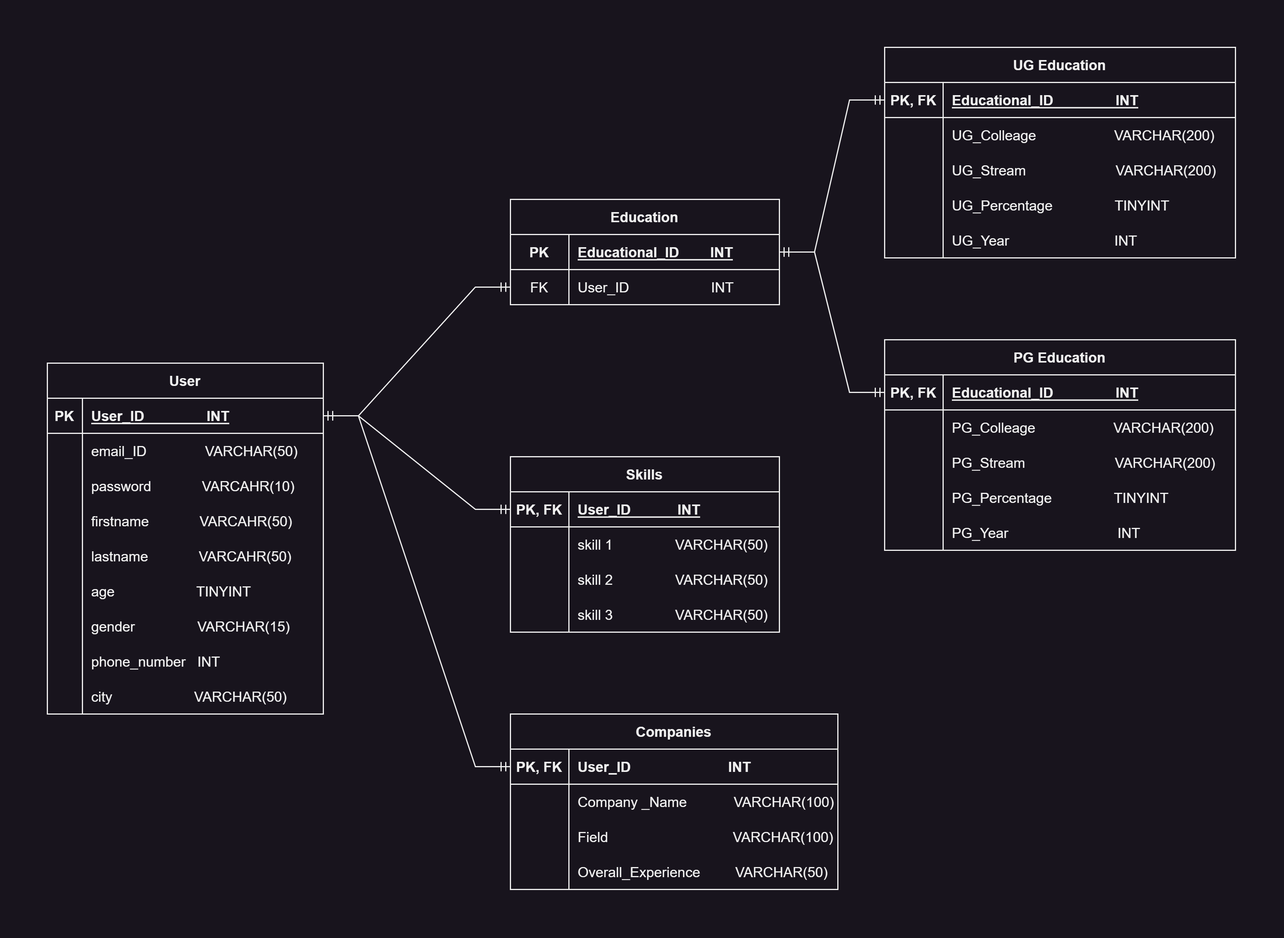
Above: Project_1/Project_ER_diagram.png in 221219-dotnet-fs-chennai/p1-manikandan-r (draw.io), before the change. Source tidied: cells renumbered, new cells last; positions are measured from the earlier drawing's top-left corner, leaving out a move shared by most shapes.
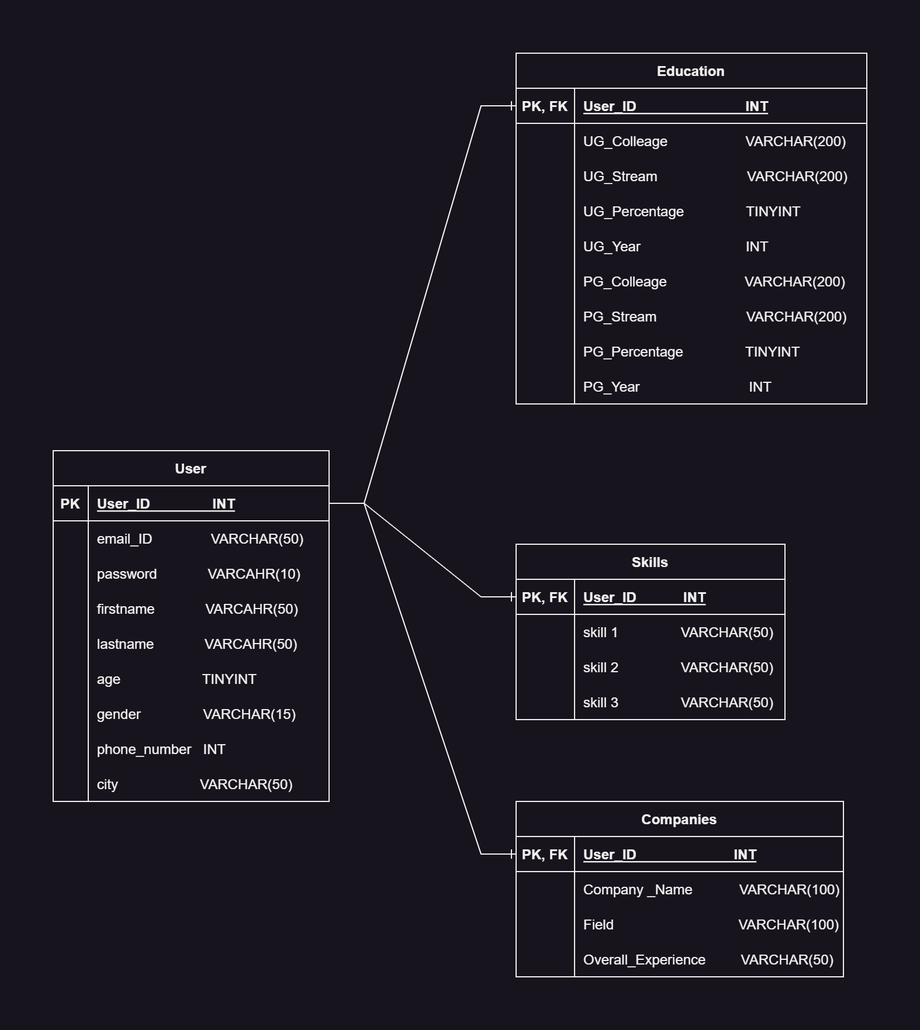
Above is the later version.

Diff of the diagram source:
```diff
@@ -86,27 +86,6 @@
     <mxCell id="29" value="city                     VARCHAR(50)" style="shape=partialRectangle;fillColor=none;top=0;left=0;bottom=0;right=0;align=left;spacingLeft=6;overflow=hidden;" parent="27" vertex="1">
       <mxGeometry x="30" width="206" height="30" as="geometry" />
     </mxCell>
-    <mxCell id="30" value="Education" style="shape=table;startSize=30;rowLines=0;fontStyle=1;align=center;" parent="1" vertex="1">
-      <mxGeometry x="396" y="130" width="230" height="90" as="geometry" />
-    </mxCell>
-    <mxCell id="31" style="shape=tableRow;horizontal=0;startSize=0;swimlaneHead=0;swimlaneBody=0;fillColor=none;points=[[0,0.5],[1,0.5]];portConstraint=eastwest;top=0;left=0;right=0;bottom=1;" parent="30" vertex="1">
-      <mxGeometry y="30" width="230" height="30" as="geometry" />
-    </mxCell>
-    <mxCell id="32" value="PK" style="shape=partialRectangle;fillColor=none;top=0;left=0;bottom=0;right=0;fontStyle=1;overflow=hidden;" parent="31" vertex="1">
-      <mxGeometry width="50" height="30" as="geometry" />
-    </mxCell>
-    <mxCell id="33" value="Educational_ID        INT" style="shape=partialRectangle;fillColor=none;top=0;left=0;bottom=0;right=0;align=left;spacingLeft=6;fontStyle=5;overflow=hidden;" parent="31" vertex="1">
-      <mxGeometry x="50" width="180" height="30" as="geometry" />
-    </mxCell>
-    <mxCell id="34" style="shape=tableRow;horizontal=0;startSize=0;swimlaneHead=0;swimlaneBody=0;fillColor=none;points=[[0,0.5],[1,0.5]];portConstraint=eastwest;top=0;left=0;right=0;bottom=0;" parent="30" vertex="1">
-      <mxGeometry y="60" width="230" height="30" as="geometry" />
-    </mxCell>
-    <mxCell id="35" value="FK" style="shape=partialRectangle;fillColor=none;top=0;left=0;bottom=0;right=0;overflow=hidden;" parent="34" vertex="1">
-      <mxGeometry width="50" height="30" as="geometry" />
-    </mxCell>
-    <mxCell id="36" value="User_ID                     INT" style="shape=partialRectangle;fillColor=none;top=0;left=0;bottom=0;right=0;align=left;spacingLeft=6;overflow=hidden;fontStyle=0;" parent="34" vertex="1">
-      <mxGeometry x="50" width="180" height="30" as="geometry" />
-    </mxCell>
     <mxCell id="37" value="Skills" style="shape=table;startSize=30;rowLines=0;fontStyle=1;align=center;" parent="1" vertex="1">
       <mxGeometry x="396" y="350" width="230" height="150" as="geometry" />
     </mxCell>
@@ -155,7 +134,7 @@
     <mxCell id="52" value="PK, FK" style="shape=partialRectangle;fillColor=none;top=0;left=0;bottom=0;right=0;fontStyle=1;overflow=hidden;" parent="51" vertex="1">
       <mxGeometry width="50" height="30" as="geometry" />
     </mxCell>
-    <mxCell id="53" value="User_ID                         INT" style="shape=partialRectangle;fillColor=none;top=0;left=0;bottom=0;right=0;align=left;spacingLeft=6;fontStyle=1;overflow=hidden;" parent="51" vertex="1">
+    <mxCell id="53" value="User_ID                         INT" style="shape=partialRectangle;fillColor=none;top=0;left=0;bottom=0;right=0;align=left;spacingLeft=6;fontStyle=5;overflow=hidden;" parent="51" vertex="1">
       <mxGeometry x="50" width="230" height="30" as="geometry" />
     </mxCell>
     <mxCell id="54" style="shape=tableRow;horizontal=0;startSize=0;swimlaneHead=0;swimlaneBody=0;fillColor=none;top=0;left=0;right=0;bottom=0;" parent="50" vertex="1">
@@ -185,8 +164,8 @@
     <mxCell id="62" value="Overall_Experience         VARCHAR(50)" style="shape=partialRectangle;fillColor=none;top=0;left=0;bottom=0;right=0;align=left;spacingLeft=6;overflow=hidden;" parent="60" vertex="1">
       <mxGeometry x="50" width="230" height="30" as="geometry" />
     </mxCell>
-    <mxCell id="63" value="UG Education" style="shape=table;startSize=30;rowLines=0;fontStyle=1;align=center;" parent="1" vertex="1">
-      <mxGeometry x="716" width="300" height="180" as="geometry" />
+    <mxCell id="63" value="Education" style="shape=table;startSize=30;rowLines=0;fontStyle=1;align=center;" parent="1" vertex="1">
+      <mxGeometry x="396" y="-70" width="300" height="300" as="geometry" />
     </mxCell>
     <mxCell id="64" style="shape=tableRow;horizontal=0;startSize=0;swimlaneHead=0;swimlaneBody=0;fillColor=none;points=[[0,0.5],[1,0.5]];portConstraint=eastwest;top=0;left=0;right=0;bottom=1;" parent="63" vertex="1">
       <mxGeometry y="30" width="300" height="30" as="geometry" />
@@ -194,7 +173,7 @@
     <mxCell id="65" value="PK, FK" style="shape=partialRectangle;fillColor=none;top=0;left=0;bottom=0;right=0;fontStyle=1;overflow=hidden;" parent="64" vertex="1">
       <mxGeometry width="50" height="30" as="geometry" />
     </mxCell>
-    <mxCell id="66" value="Educational_ID                INT" style="shape=partialRectangle;fillColor=none;top=0;left=0;bottom=0;right=0;align=left;spacingLeft=6;fontStyle=5;overflow=hidden;" parent="64" vertex="1">
+    <mxCell id="66" value="User_ID                            INT" style="shape=partialRectangle;fillColor=none;top=0;left=0;bottom=0;right=0;align=left;spacingLeft=6;fontStyle=5;overflow=hidden;" parent="64" vertex="1">
       <mxGeometry x="50" width="250" height="30" as="geometry" />
     </mxCell>
     <mxCell id="67" style="shape=tableRow;horizontal=0;startSize=0;swimlaneHead=0;swimlaneBody=0;fillColor=none;top=0;left=0;right=0;bottom=0;" parent="63" vertex="1">
@@ -233,72 +212,52 @@
     <mxCell id="78" value="UG_Year                           INT" style="shape=partialRectangle;fillColor=none;top=0;left=0;bottom=0;right=0;align=left;spacingLeft=6;overflow=hidden;" parent="76" vertex="1">
       <mxGeometry x="50" width="250" height="30" as="geometry" />
     </mxCell>
-    <mxCell id="79" value="PG Education" style="shape=table;startSize=30;rowLines=0;fontStyle=1;align=center;" parent="1" vertex="1">
-      <mxGeometry x="716" y="250" width="300" height="180" as="geometry" />
-    </mxCell>
-    <mxCell id="80" style="shape=tableRow;horizontal=0;startSize=0;swimlaneHead=0;swimlaneBody=0;fillColor=none;points=[[0,0.5],[1,0.5]];portConstraint=eastwest;top=0;left=0;right=0;bottom=1;" parent="79" vertex="1">
-      <mxGeometry y="30" width="300" height="30" as="geometry" />
-    </mxCell>
-    <mxCell id="81" value="PK, FK" style="shape=partialRectangle;fillColor=none;top=0;left=0;bottom=0;right=0;fontStyle=1;overflow=hidden;" parent="80" vertex="1">
-      <mxGeometry width="50" height="30" as="geometry" />
-    </mxCell>
-    <mxCell id="82" value="Educational_ID                INT" style="shape=partialRectangle;fillColor=none;top=0;left=0;bottom=0;right=0;align=left;spacingLeft=6;fontStyle=5;overflow=hidden;" parent="80" vertex="1">
-      <mxGeometry x="50" width="250" height="30" as="geometry" />
-    </mxCell>
-    <mxCell id="83" style="shape=tableRow;horizontal=0;startSize=0;swimlaneHead=0;swimlaneBody=0;fillColor=none;top=0;left=0;right=0;bottom=0;" parent="79" vertex="1">
-      <mxGeometry y="60" width="300" height="30" as="geometry" />
-    </mxCell>
-    <mxCell id="84" style="shape=partialRectangle;fillColor=none;top=0;left=0;bottom=0;right=0;overflow=hidden;" parent="83" vertex="1">
-      <mxGeometry width="50" height="30" as="geometry" />
-    </mxCell>
+    <mxCell id="100" style="shape=tableRow;horizontal=0;startSize=0;swimlaneHead=0;swimlaneBody=0;fillColor=none;top=0;left=0;right=0;bottom=0;" parent="63" vertex="1">
+      <mxGeometry y="180" width="300" height="30" as="geometry" />
+    </mxCell>
+    <mxCell id="101" style="shape=partialRectangle;fillColor=none;top=0;left=0;bottom=0;right=0;overflow=hidden;" parent="100" vertex="1">
+      <mxGeometry width="50" height="30" as="geometry" />
+    </mxCell>
-    <mxCell id="85" value="PG_Colleage                    VARCHAR(200)" style="shape=partialRectangle;fillColor=none;top=0;left=0;bottom=0;right=0;align=left;spacingLeft=6;overflow=hidden;" parent="83" vertex="1">
+    <mxCell id="85" value="PG_Colleage                    VARCHAR(200)" style="shape=partialRectangle;fillColor=none;top=0;left=0;bottom=0;right=0;align=left;spacingLeft=6;overflow=hidden;" parent="100" vertex="1">
       <mxGeometry x="50" width="250" height="30" as="geometry" />
     </mxCell>
-    <mxCell id="86" style="shape=tableRow;horizontal=0;startSize=0;swimlaneHead=0;swimlaneBody=0;fillColor=none;top=0;left=0;right=0;bottom=0;" parent="79" vertex="1">
-      <mxGeometry y="90" width="300" height="30" as="geometry" />
-    </mxCell>
-    <mxCell id="87" style="shape=partialRectangle;fillColor=none;top=0;left=0;bottom=0;right=0;overflow=hidden;" parent="86" vertex="1">
-      <mxGeometry width="50" height="30" as="geometry" />
-    </mxCell>
+    <mxCell id="102" style="shape=tableRow;horizontal=0;startSize=0;swimlaneHead=0;swimlaneBody=0;fillColor=none;top=0;left=0;right=0;bottom=0;" parent="63" vertex="1">
+      <mxGeometry y="210" width="300" height="30" as="geometry" />
+    </mxCell>
+    <mxCell id="103" style="shape=partialRectangle;fillColor=none;top=0;left=0;bottom=0;right=0;overflow=hidden;" parent="102" vertex="1">
+      <mxGeometry width="50" height="30" as="geometry" />
+    </mxCell>
-    <mxCell id="88" value="PG_Stream                       VARCHAR(200)" style="shape=partialRectangle;fillColor=none;top=0;left=0;bottom=0;right=0;align=left;spacingLeft=6;overflow=hidden;" parent="86" vertex="1">
+    <mxCell id="88" value="PG_Stream                       VARCHAR(200)" style="shape=partialRectangle;fillColor=none;top=0;left=0;bottom=0;right=0;align=left;spacingLeft=6;overflow=hidden;" parent="102" vertex="1">
       <mxGeometry x="50" width="250" height="30" as="geometry" />
     </mxCell>
-    <mxCell id="89" style="shape=tableRow;horizontal=0;startSize=0;swimlaneHead=0;swimlaneBody=0;fillColor=none;top=0;left=0;right=0;bottom=0;" parent="79" vertex="1">
-      <mxGeometry y="120" width="300" height="30" as="geometry" />
-    </mxCell>
-    <mxCell id="90" style="shape=partialRectangle;fillColor=none;top=0;left=0;bottom=0;right=0;overflow=hidden;" parent="89" vertex="1">
-      <mxGeometry width="50" height="30" as="geometry" />
-    </mxCell>
+    <mxCell id="104" style="shape=tableRow;horizontal=0;startSize=0;swimlaneHead=0;swimlaneBody=0;fillColor=none;top=0;left=0;right=0;bottom=0;" parent="63" vertex="1">
+      <mxGeometry y="240" width="300" height="30" as="geometry" />
+    </mxCell>
+    <mxCell id="105" style="shape=partialRectangle;fillColor=none;top=0;left=0;bottom=0;right=0;overflow=hidden;" parent="104" vertex="1">
+      <mxGeometry width="50" height="30" as="geometry" />
+    </mxCell>
-    <mxCell id="91" value="PG_Percentage                TINYINT" style="shape=partialRectangle;fillColor=none;top=0;left=0;bottom=0;right=0;align=left;spacingLeft=6;overflow=hidden;" parent="89" vertex="1">
+    <mxCell id="91" value="PG_Percentage                TINYINT" style="shape=partialRectangle;fillColor=none;top=0;left=0;bottom=0;right=0;align=left;spacingLeft=6;overflow=hidden;" parent="104" vertex="1">
       <mxGeometry x="50" width="250" height="30" as="geometry" />
     </mxCell>
-    <mxCell id="92" style="shape=tableRow;horizontal=0;startSize=0;swimlaneHead=0;swimlaneBody=0;fillColor=none;top=0;left=0;right=0;bottom=0;" parent="79" vertex="1">
-      <mxGeometry y="150" width="300" height="30" as="geometry" />
-    </mxCell>
-    <mxCell id="93" style="shape=partialRectangle;fillColor=none;top=0;left=0;bottom=0;right=0;overflow=hidden;" parent="92" vertex="1">
-      <mxGeometry width="50" height="30" as="geometry" />
-    </mxCell>
+    <mxCell id="106" style="shape=tableRow;horizontal=0;startSize=0;swimlaneHead=0;swimlaneBody=0;fillColor=none;top=0;left=0;right=0;bottom=0;" parent="63" vertex="1">
+      <mxGeometry y="270" width="300" height="30" as="geometry" />
+    </mxCell>
+    <mxCell id="107" style="shape=partialRectangle;fillColor=none;top=0;left=0;bottom=0;right=0;overflow=hidden;" parent="106" vertex="1">
+      <mxGeometry width="50" height="30" as="geometry" />
+    </mxCell>
-    <mxCell id="94" value="PG_Year                            INT" style="shape=partialRectangle;fillColor=none;top=0;left=0;bottom=0;right=0;align=left;spacingLeft=6;overflow=hidden;" parent="92" vertex="1">
+    <mxCell id="94" value="PG_Year                            INT" style="shape=partialRectangle;fillColor=none;top=0;left=0;bottom=0;right=0;align=left;spacingLeft=6;overflow=hidden;" parent="106" vertex="1">
       <mxGeometry x="50" width="250" height="30" as="geometry" />
     </mxCell>
-    <mxCell id="95" style="edgeStyle=entityRelationEdgeStyle;fontSize=12;html=1;endArrow=ERmandOne;startArrow=ERmandOne;rounded=0;exitX=1;exitY=0.5;exitDx=0;exitDy=0;entryX=0;entryY=0.5;entryDx=0;entryDy=0;" parent="1" edge="1" source="3" target="34">
-      <mxGeometry relative="1" as="geometry" />
-    </mxCell>
+    <mxCell id="108" style="edgeStyle=entityRelationEdgeStyle;fontSize=12;html=1;endArrow=ERone;endFill=1;rounded=0;entryX=0;entryY=0.5;entryDx=0;entryDy=0;exitX=1;exitY=0.5;exitDx=0;exitDy=0;" parent="1" edge="1" source="3">
+      <mxGeometry relative="1" as="geometry">
+        <mxPoint x="396" y="-25" as="targetPoint" />
+      </mxGeometry>
+    </mxCell>
+    <mxCell id="97" style="edgeStyle=entityRelationEdgeStyle;fontSize=12;html=1;endArrow=ERone;endFill=1;rounded=0;entryX=0;entryY=0.5;entryDx=0;entryDy=0;exitX=1;exitY=0.5;exitDx=0;exitDy=0;" parent="1" edge="1" source="3" target="51">
+      <mxGeometry relative="1" as="geometry" />
+    </mxCell>
-    <mxCell id="96" style="edgeStyle=entityRelationEdgeStyle;fontSize=12;html=1;endArrow=ERmandOne;startArrow=ERmandOne;rounded=0;entryX=0;entryY=0.5;entryDx=0;entryDy=0;exitX=1;exitY=0.5;exitDx=0;exitDy=0;" parent="1" edge="1" source="3" target="38">
+    <mxCell id="96" style="edgeStyle=entityRelationEdgeStyle;fontSize=12;html=1;endArrow=ERone;endFill=1;rounded=0;entryX=0;entryY=0.5;entryDx=0;entryDy=0;exitX=1;exitY=0.5;exitDx=0;exitDy=0;" parent="1" edge="1" source="3" target="38">
       <mxGeometry relative="1" as="geometry" />
     </mxCell>
-    <mxCell id="97" style="edgeStyle=entityRelationEdgeStyle;fontSize=12;html=1;endArrow=ERmandOne;startArrow=ERmandOne;rounded=0;entryX=0;entryY=0.5;entryDx=0;entryDy=0;exitX=1;exitY=0.5;exitDx=0;exitDy=0;" parent="1" edge="1" source="3" target="51">
-      <mxGeometry relative="1" as="geometry" />
-    </mxCell>
-    <mxCell id="98" style="edgeStyle=entityRelationEdgeStyle;fontSize=12;html=1;endArrow=ERmandOne;startArrow=ERmandOne;rounded=0;entryX=0;entryY=0.5;entryDx=0;entryDy=0;exitX=1;exitY=0.5;exitDx=0;exitDy=0;" parent="1" edge="1" source="31" target="64">
-      <mxGeometry x="1" y="121" relative="1" as="geometry">
-        <mxPoint x="59" y="16" as="offset" />
-      </mxGeometry>
-    </mxCell>
-    <mxCell id="99" style="edgeStyle=entityRelationEdgeStyle;fontSize=12;html=1;endArrow=ERmandOne;startArrow=ERmandOne;rounded=0;entryX=0;entryY=0.5;entryDx=0;entryDy=0;exitX=1;exitY=0.5;exitDx=0;exitDy=0;" parent="1" edge="1" source="31" target="80">
-      <mxGeometry x="1" y="121" relative="1" as="geometry">
-        <mxPoint x="59" y="16" as="offset" />
-      </mxGeometry>
-    </mxCell>
   </root>
 </mxGraphModel>
```
